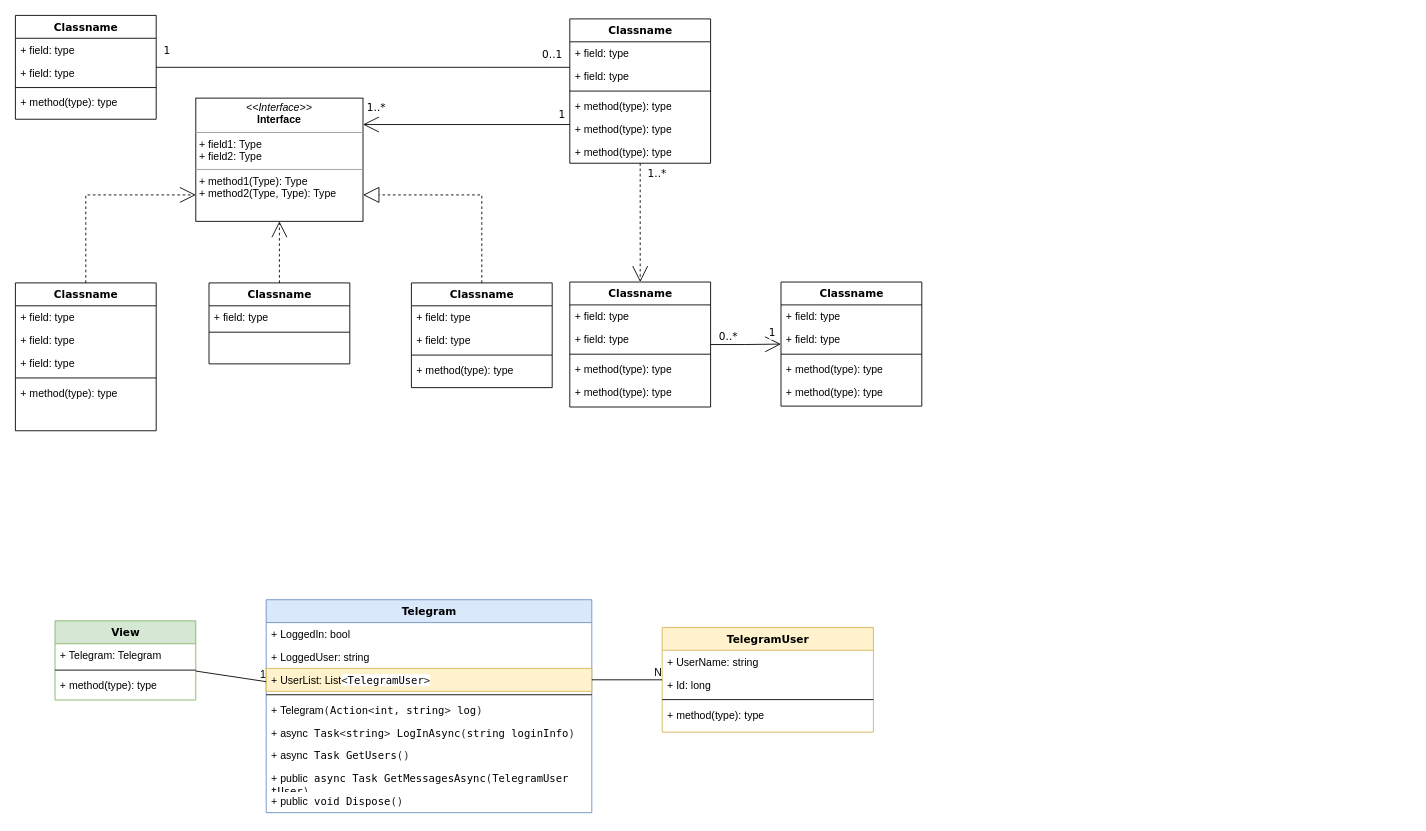
konoplinovich/Diagrams keeps this draw.io diagram as gb_classes.drawio. Above is the earlier version. Source tidied: cells renumbered, new cells numbered last; positions are measured from the earlier drawing's top-left corner, leaving out a move shared by most shapes. Both pictures are drawn from the tidied source at 88%, with x=0, y=0 at pixel (15, 15).
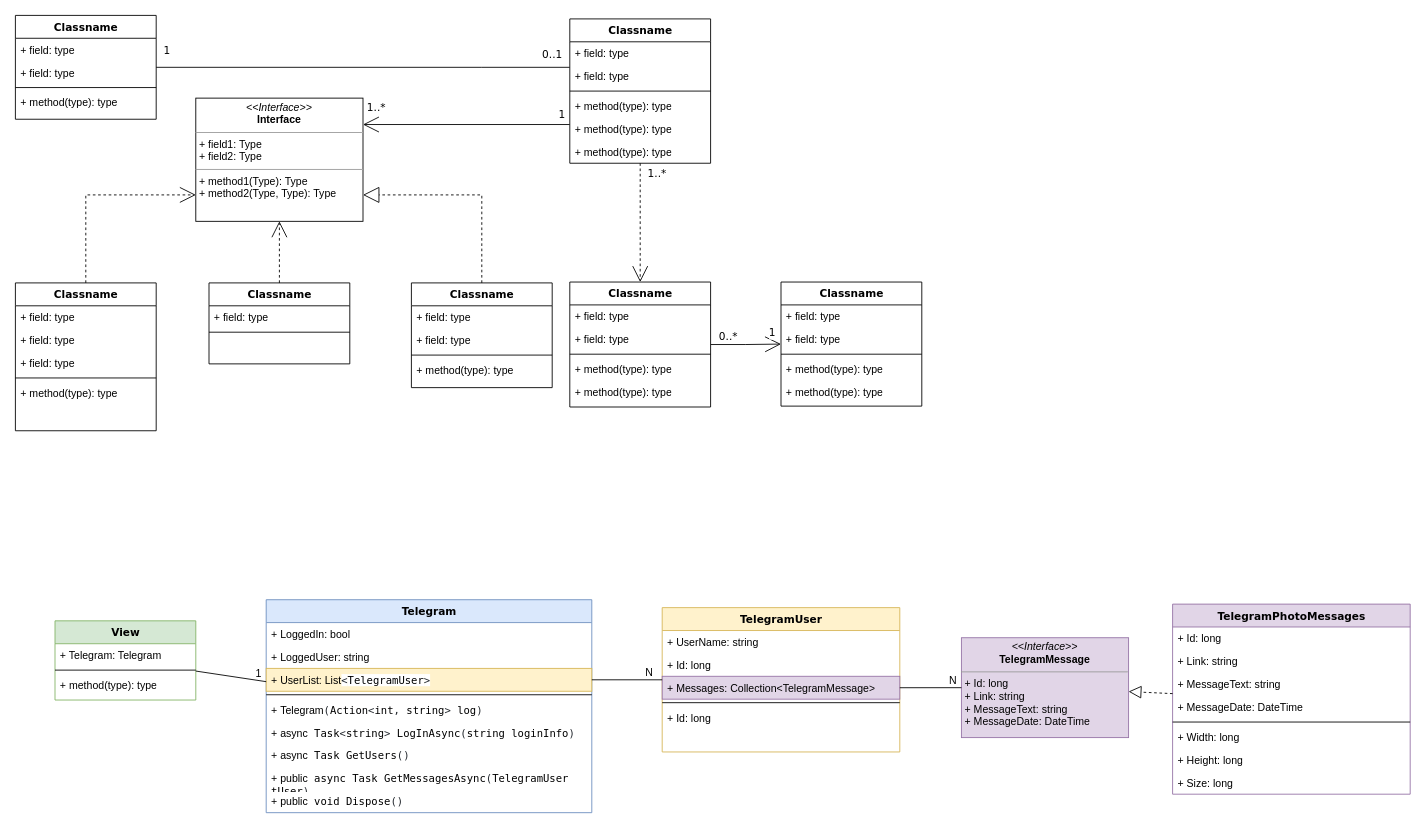
The same diagram, later.

The change refers to these unchanged cells:
```xml
<mxCell id="74" style="endArrow=none;html=1;rounded=0;" parent="1" edge="1" source="55" target="64">
  <mxGeometry relative="1" as="geometry" />
</mxCell>
<mxCell id="76" style="endArrow=none;html=1;rounded=0;exitX=1;exitY=0.5;exitDx=0;exitDy=0;" parent="1" edge="1" source="67" target="59">
  <mxGeometry relative="1" as="geometry" />
</mxCell>
```

Change to the diagram source:
```diff
@@
     <mxCell id="59" value="TelegramUser" style="swimlane;html=1;fontStyle=1;align=center;verticalAlign=top;horizontal=1;startSize=26;swimlaneFillColor=#ffffff;rounded=0;shadow=0;comic=0;labelBackgroundColor=none;strokeWidth=1;fillColor=#fff2cc;fontFamily=Verdana;fontSize=12;strokeColor=#d6b656;" parent="1" vertex="1">
-      <mxGeometry x="735" y="695.5" width="240" height="119" as="geometry" />
+      <mxGeometry x="735" y="673" width="270" height="164" as="geometry" />
     </mxCell>
     <mxCell id="60" value="+ UserName: string" style="text;html=1;strokeColor=none;fillColor=none;align=left;verticalAlign=top;spacingLeft=4;spacingRight=4;whiteSpace=wrap;overflow=hidden;" parent="59" vertex="1">
-      <mxGeometry y="26" width="240" height="26" as="geometry" />
+      <mxGeometry y="26" width="270" height="26" as="geometry" />
     </mxCell>
     <mxCell id="61" value="+&amp;nbsp;Id:&amp;nbsp;long&lt;span style=&quot;color: rgb(36, 41, 47); font-family: ui-monospace, SFMono-Regular, &amp;quot;SF Mono&amp;quot;, Menlo, Consolas, &amp;quot;Liberation Mono&amp;quot;, monospace; background-color: rgb(255, 255, 255);&quot;&gt;&amp;nbsp;&lt;/span&gt;" style="text;html=1;strokeColor=none;fillColor=none;align=left;verticalAlign=top;spacingLeft=4;spacingRight=4;whiteSpace=wrap;overflow=hidden;" parent="59" vertex="1">
-      <mxGeometry y="52" width="240" height="26" as="geometry" />
+      <mxGeometry y="52" width="270" height="26" as="geometry" />
     </mxCell>
+    <mxCell id="78" value="+&amp;nbsp;Messages: Collection&amp;lt;TelegramMessage&amp;gt;" style="text;html=1;strokeColor=#9673a6;fillColor=#e1d5e7;align=left;verticalAlign=top;spacingLeft=4;spacingRight=4;whiteSpace=wrap;overflow=hidden;points=[[0,0.5],[1,0.5]];portConstraint=eastwest;" parent="59" vertex="1">
+      <mxGeometry y="78" width="270" height="26" as="geometry" />
+    </mxCell>
     <mxCell id="62" style="line;html=1;strokeWidth=1;fillColor=none;align=left;verticalAlign=middle;spacingTop=-1;spacingLeft=3;spacingRight=3;labelPosition=right;" parent="59" vertex="1">
-      <mxGeometry y="78" width="240" height="8" as="geometry" />
+      <mxGeometry y="104" width="270" height="8" as="geometry" />
     </mxCell>
-    <mxCell id="63" value="+ method(type): type" style="text;html=1;strokeColor=none;fillColor=none;align=left;verticalAlign=top;spacingLeft=4;spacingRight=4;whiteSpace=wrap;overflow=hidden;" parent="59" vertex="1">
-      <mxGeometry y="86" width="240" height="26" as="geometry" />
-    </mxCell>
+    <mxCell id="79" value="+&amp;nbsp;Id:&amp;nbsp;long&lt;span style=&quot;color: rgb(36, 41, 47); font-family: ui-monospace, SFMono-Regular, &amp;quot;SF Mono&amp;quot;, Menlo, Consolas, &amp;quot;Liberation Mono&amp;quot;, monospace; background-color: rgb(255, 255, 255);&quot;&gt;&amp;nbsp;&lt;/span&gt;" style="text;html=1;strokeColor=none;fillColor=none;align=left;verticalAlign=top;spacingLeft=4;spacingRight=4;whiteSpace=wrap;overflow=hidden;" parent="59" vertex="1">
+      <mxGeometry y="112" width="270" height="26" as="geometry" />
+    </mxCell>
@@
     <mxCell id="75" value="1" style="html=1;align=right;verticalAlign=bottom;" parent="74" vertex="1">
-      <mxGeometry x="1" relative="1" as="geometry" />
+      <mxGeometry x="1" relative="1" as="geometry">
+        <mxPoint x="-5" y="-1" as="offset" />
+      </mxGeometry>
     </mxCell>
@@
     <mxCell id="77" value="N" style="html=1;align=right;verticalAlign=bottom;fillColor=default;" parent="76" vertex="1">
-      <mxGeometry x="1" relative="1" as="geometry" />
+      <mxGeometry x="1" relative="1" as="geometry">
+        <mxPoint x="-10" as="offset" />
+      </mxGeometry>
     </mxCell>
+    <mxCell id="80" value="TelegramPhotoMessages" style="swimlane;html=1;fontStyle=1;align=center;verticalAlign=top;horizontal=1;startSize=26;swimlaneFillColor=#ffffff;rounded=0;shadow=0;comic=0;labelBackgroundColor=none;strokeWidth=1;fillColor=#e1d5e7;fontFamily=Verdana;fontSize=12;strokeColor=#9673a6;" parent="1" vertex="1">
+      <mxGeometry x="1315" y="669" width="270" height="216" as="geometry" />
+    </mxCell>
+    <mxCell id="81" value="+&amp;nbsp;Id:&amp;nbsp;long&lt;span style=&quot;color: rgb(36, 41, 47); font-family: ui-monospace, SFMono-Regular, &amp;quot;SF Mono&amp;quot;, Menlo, Consolas, &amp;quot;Liberation Mono&amp;quot;, monospace; background-color: rgb(255, 255, 255);&quot;&gt;&amp;nbsp;&lt;/span&gt;" style="text;html=1;strokeColor=none;fillColor=none;align=left;verticalAlign=top;spacingLeft=4;spacingRight=4;whiteSpace=wrap;overflow=hidden;" parent="80" vertex="1">
+      <mxGeometry y="26" width="270" height="26" as="geometry" />
+    </mxCell>
+    <mxCell id="82" value="+&amp;nbsp;Link: string" style="text;html=1;strokeColor=none;fillColor=none;align=left;verticalAlign=top;spacingLeft=4;spacingRight=4;whiteSpace=wrap;overflow=hidden;" parent="80" vertex="1">
+      <mxGeometry y="52" width="270" height="26" as="geometry" />
+    </mxCell>
+    <mxCell id="83" value="+&amp;nbsp;MessageText: string" style="text;html=1;strokeColor=none;fillColor=none;align=left;verticalAlign=top;spacingLeft=4;spacingRight=4;whiteSpace=wrap;overflow=hidden;" parent="80" vertex="1">
+      <mxGeometry y="78" width="270" height="26" as="geometry" />
+    </mxCell>
+    <mxCell id="84" value="+ MessageDate: DateTime" style="text;html=1;strokeColor=none;fillColor=none;align=left;verticalAlign=top;spacingLeft=4;spacingRight=4;whiteSpace=wrap;overflow=hidden;" parent="80" vertex="1">
+      <mxGeometry y="104" width="270" height="26" as="geometry" />
+    </mxCell>
+    <mxCell id="85" style="line;html=1;strokeWidth=1;fillColor=none;align=left;verticalAlign=middle;spacingTop=-1;spacingLeft=3;spacingRight=3;labelPosition=right;" parent="80" vertex="1">
+      <mxGeometry y="130" width="270" height="8" as="geometry" />
+    </mxCell>
+    <mxCell id="86" value="+&amp;nbsp;Width: long" style="text;html=1;strokeColor=none;fillColor=none;align=left;verticalAlign=top;spacingLeft=4;spacingRight=4;whiteSpace=wrap;overflow=hidden;" parent="80" vertex="1">
+      <mxGeometry y="138" width="270" height="26" as="geometry" />
+    </mxCell>
+    <mxCell id="87" value="+&amp;nbsp;Height: long" style="text;html=1;strokeColor=none;fillColor=none;align=left;verticalAlign=top;spacingLeft=4;spacingRight=4;whiteSpace=wrap;overflow=hidden;" parent="80" vertex="1">
+      <mxGeometry y="164" width="270" height="26" as="geometry" />
+    </mxCell>
+    <mxCell id="88" value="+&amp;nbsp;Size: long" style="text;html=1;strokeColor=none;fillColor=none;align=left;verticalAlign=top;spacingLeft=4;spacingRight=4;whiteSpace=wrap;overflow=hidden;" parent="80" vertex="1">
+      <mxGeometry y="190" width="270" height="26" as="geometry" />
+    </mxCell>
+    <mxCell id="89" value="&lt;p style=&quot;margin:0px;margin-top:4px;text-align:center;&quot;&gt;&lt;i&gt;&amp;lt;&amp;lt;Interface&amp;gt;&amp;gt;&lt;/i&gt;&lt;br&gt;&lt;b&gt;TelegramMessage&lt;/b&gt;&lt;/p&gt;&lt;hr size=&quot;1&quot;&gt;&lt;p style=&quot;margin:0px;margin-left:4px;&quot;&gt;+ Id: long&lt;/p&gt;&lt;p style=&quot;margin:0px;margin-left:4px;&quot;&gt;+ Link: string&lt;br&gt;&lt;/p&gt;&lt;p style=&quot;margin:0px;margin-left:4px;&quot;&gt;+&amp;nbsp;MessageText: string&lt;br&gt;&lt;/p&gt;&lt;p style=&quot;margin:0px;margin-left:4px;&quot;&gt;+ MessageDate: DateTime&lt;/p&gt;" style="verticalAlign=top;align=left;overflow=fill;fontSize=12;fontFamily=Helvetica;html=1;rounded=0;shadow=0;comic=0;labelBackgroundColor=none;strokeWidth=1;fillColor=#e1d5e7;strokeColor=#9673a6;" parent="1" vertex="1">
+      <mxGeometry x="1075" y="707.2" width="190" height="113.5" as="geometry" />
+    </mxCell>
+    <mxCell id="90" style="endArrow=block;dashed=1;endFill=0;endSize=12;html=1;rounded=1;" parent="1" edge="1" source="80" target="89">
+      <mxGeometry relative="1" as="geometry" />
+    </mxCell>
+    <mxCell id="91" style="endArrow=none;html=1;rounded=0;entryX=0;entryY=0.5;entryDx=0;entryDy=0;exitX=1;exitY=0.5;exitDx=0;exitDy=0;" parent="1" edge="1" source="78" target="89">
+      <mxGeometry relative="1" as="geometry" />
+    </mxCell>
+    <mxCell id="92" value="N" style="html=1;align=right;verticalAlign=bottom;fillColor=default;" parent="91" vertex="1">
+      <mxGeometry x="1" relative="1" as="geometry">
+        <mxPoint x="-5" as="offset" />
+      </mxGeometry>
+    </mxCell>
```
